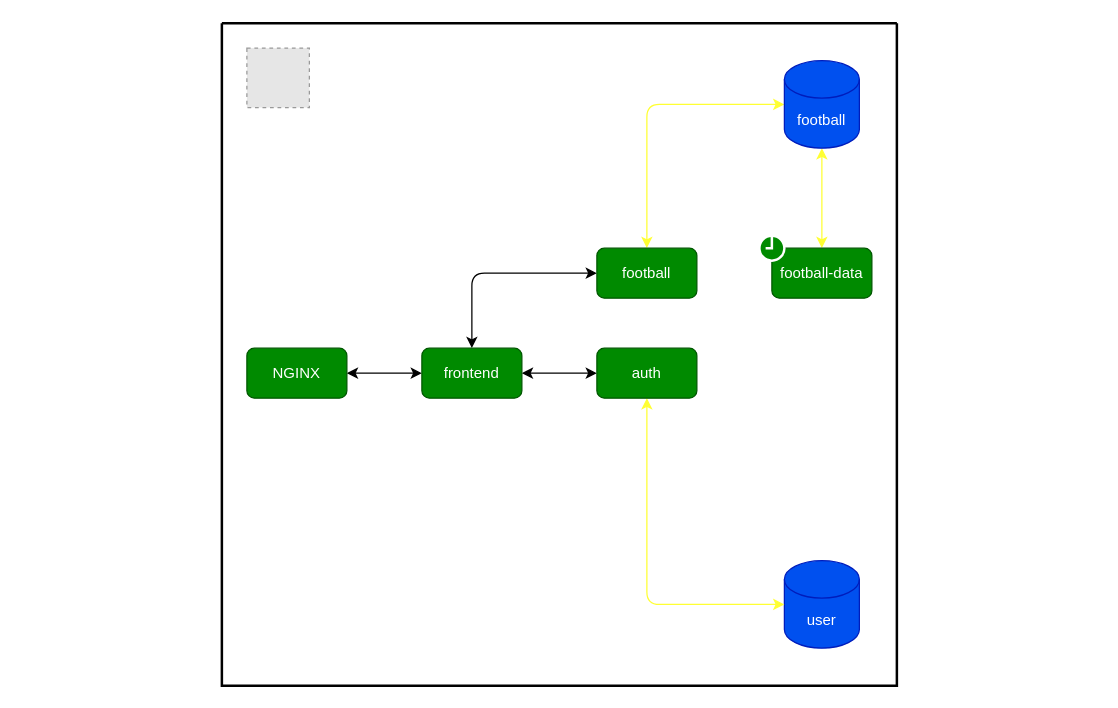
Above: deployments.drawio in ACMEPORTALCOMPANY/docs (draw.io), before the change. Source tidied: cells renumbered, new cells numbered last; positions are measured from the earlier drawing's top-left corner, leaving out a move shared by most shapes. Both pictures are drawn from the tidied source at 125%, with x=0, y=0 at pixel (221, 22). Pictures stored in the file or linked from it are replaced by grey dashed boxes.
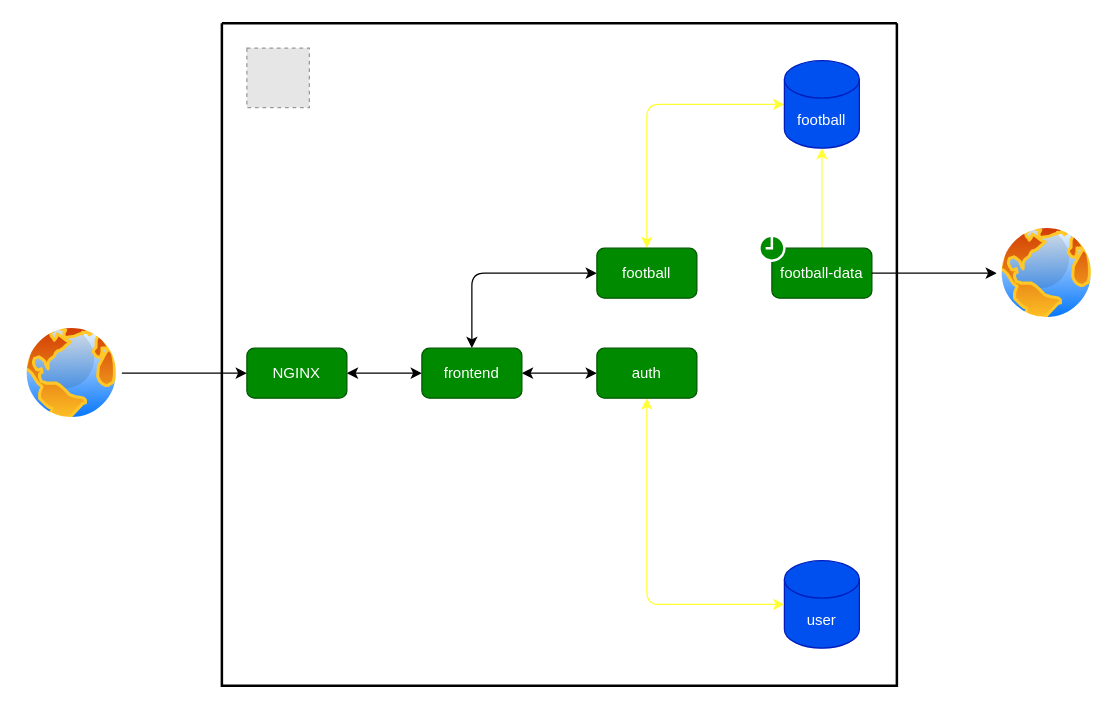
Above is the later version.

Unchanged cells that the change refers to:
```xml
<mxCell id="2" style="swimlane;startSize=0;strokeWidth=2;fillColor=#FFFFFF;" parent="1" vertex="1">
  <mxGeometry width="540" height="530" as="geometry" />
</mxCell>
<mxCell id="6" value="NGINX" style="rounded=1;whiteSpace=wrap;html=1;fillColor=#008a00;fontColor=#ffffff;strokeColor=#005700;" parent="2" vertex="1">
  <mxGeometry x="20" y="260" width="80" height="40" as="geometry" />
</mxCell>
<mxCell id="15" value="football" style="shape=cylinder3;whiteSpace=wrap;html=1;boundedLbl=1;backgroundOutline=1;size=15;fillColor=#0050ef;fontColor=#ffffff;strokeColor=#001DBC;" parent="2" vertex="1">
  <mxGeometry x="450" y="30" width="60" height="70" as="geometry" />
</mxCell>
<mxCell id="16" value="football-data" style="rounded=1;whiteSpace=wrap;html=1;fillColor=#008a00;fontColor=#ffffff;strokeColor=#005700;" parent="2" vertex="1">
  <mxGeometry x="440" y="180" width="80" height="40" as="geometry" />
</mxCell>
```

Change to the diagram source:
```diff
@@
-    <mxCell id="14" style="edgeStyle=none;html=1;exitX=0.5;exitY=1;exitDx=0;exitDy=0;exitPerimeter=0;startArrow=classic;startFill=1;endArrow=classic;endFill=1;strokeColor=#FFFF33;" parent="2" edge="1" source="15" target="16">
+    <mxCell id="14" style="edgeStyle=none;html=1;exitX=0.5;exitY=1;exitDx=0;exitDy=0;exitPerimeter=0;startArrow=classic;startFill=1;endArrow=none;endFill=0;strokeColor=#FFFF33;" parent="2" edge="1" source="15" target="16">
       <mxGeometry relative="1" as="geometry" />
     </mxCell>
@@
+    <mxCell id="18" style="edgeStyle=none;html=1;entryX=0;entryY=0.5;entryDx=0;entryDy=0;" parent="1" edge="1" source="19" target="6">
+      <mxGeometry relative="1" as="geometry" />
+    </mxCell>
+    <mxCell id="19" style="perimeter=ellipsePerimeter;html=1;align=center;shadow=0;dashed=0;spacingTop=3;image;image=img/lib/active_directory/internet_globe.svg;" parent="1" vertex="1">
+      <mxGeometry x="-160" y="240" width="80" height="80" as="geometry" />
+    </mxCell>
+    <mxCell id="20" style="edgeStyle=none;html=1;endArrow=none;endFill=0;startArrow=classic;startFill=1;" parent="1" edge="1" source="21" target="16">
+      <mxGeometry relative="1" as="geometry" />
+    </mxCell>
+    <mxCell id="21" style="perimeter=ellipsePerimeter;html=1;align=center;shadow=0;dashed=0;spacingTop=3;image;image=img/lib/active_directory/internet_globe.svg;" parent="1" vertex="1">
+      <mxGeometry x="620" y="160" width="80" height="80" as="geometry" />
+    </mxCell>
```
